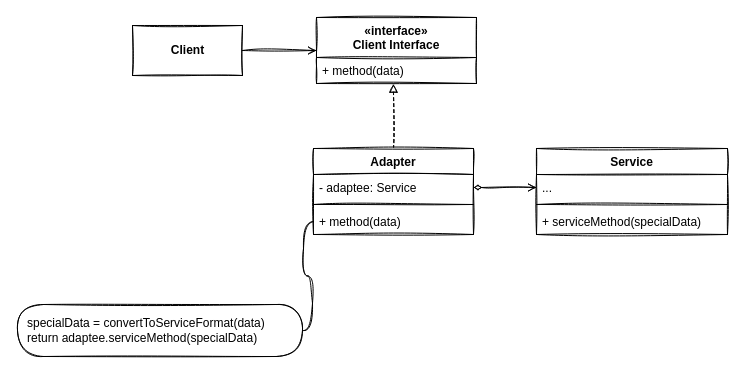
The draw.io diagram page "Standard" (1 of 2) of src/06-Adapter/UML.drawio in MangoPomelo/DesignPatternPractice, before the edit. Source tidied: cells renumbered, new cells numbered last; positions are measured from the earlier drawing's top-left corner, leaving out a move shared by most shapes. Both pictures are drawn from the tidied source at 100%, with x=0, y=0 at pixel (17, 17).
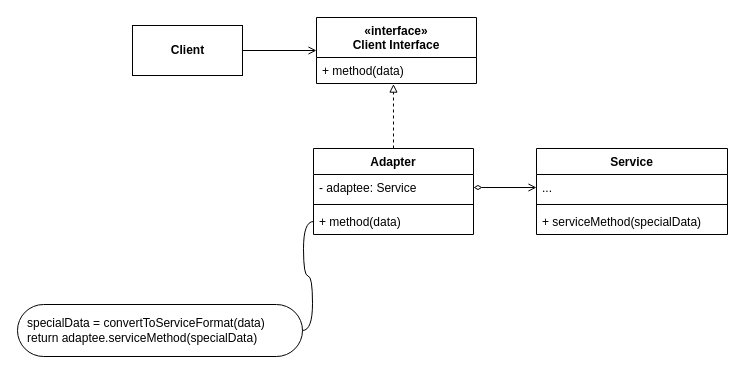
Above is the later version.

What changed in the source:
```diff
@@
 <mxGraphModel>
   <root>
     <mxCell id="0" />
     <mxCell id="1" parent="0" />
-    <mxCell id="2" style="edgeStyle=none;sketch=1;html=1;exitX=1;exitY=0.5;exitDx=0;exitDy=0;entryX=0;entryY=0.5;entryDx=0;entryDy=0;endArrow=open;endFill=0;" parent="1" edge="1" source="3" target="4">
+    <mxCell id="2" style="edgeStyle=none;html=1;exitX=1;exitY=0.5;exitDx=0;exitDy=0;entryX=0;entryY=0.5;entryDx=0;entryDy=0;endArrow=open;endFill=0;" parent="1" edge="1" source="3" target="4">
       <mxGeometry relative="1" as="geometry" />
     </mxCell>
-    <mxCell id="3" value="Client" style="html=1;sketch=1;fontStyle=1;" parent="1" vertex="1">
+    <mxCell id="3" value="Client" style="html=1;fontStyle=1;" parent="1" vertex="1">
       <mxGeometry x="115" y="8" width="110" height="50" as="geometry" />
     </mxCell>
-    <mxCell id="4" value="«interface»&#10;Client Interface" style="swimlane;fontStyle=1;align=center;verticalAlign=top;horizontal=1;startSize=40;sketch=1;" parent="1" vertex="1">
+    <mxCell id="4" value="«interface»&#10;Client Interface" style="swimlane;fontStyle=1;align=center;verticalAlign=top;horizontal=1;startSize=40;" parent="1" vertex="1">
       <mxGeometry x="299" width="160" height="66" as="geometry" />
     </mxCell>
-    <mxCell id="5" value="+ method(data)" style="text;strokeColor=none;fillColor=none;align=left;verticalAlign=top;spacingLeft=4;spacingRight=4;overflow=hidden;points=[[0,0.5],[1,0.5]];portConstraint=eastwest;sketch=1;" parent="4" vertex="1">
+    <mxCell id="5" value="+ method(data)" style="text;strokeColor=none;fillColor=none;align=left;verticalAlign=top;spacingLeft=4;spacingRight=4;overflow=hidden;points=[[0,0.5],[1,0.5]];portConstraint=eastwest;" parent="4" vertex="1">
       <mxGeometry y="40" width="160" height="26" as="geometry" />
     </mxCell>
-    <mxCell id="6" style="edgeStyle=none;sketch=1;html=1;exitX=0.5;exitY=0;exitDx=0;exitDy=0;entryX=0.481;entryY=1.022;entryDx=0;entryDy=0;entryPerimeter=0;endArrow=block;endFill=0;startArrow=none;startFill=0;dashed=1;" parent="1" edge="1" source="7" target="5">
+    <mxCell id="6" style="edgeStyle=none;html=1;exitX=0.5;exitY=0;exitDx=0;exitDy=0;entryX=0.481;entryY=1.022;entryDx=0;entryDy=0;entryPerimeter=0;endArrow=block;endFill=0;startArrow=none;startFill=0;dashed=1;" parent="1" edge="1" source="7" target="5">
       <mxGeometry relative="1" as="geometry" />
     </mxCell>
-    <mxCell id="7" value="Adapter" style="swimlane;fontStyle=1;align=center;verticalAlign=top;horizontal=1;startSize=26;sketch=1;" parent="1" vertex="1">
+    <mxCell id="7" value="Adapter" style="swimlane;fontStyle=1;align=center;verticalAlign=top;horizontal=1;startSize=26;" parent="1" vertex="1">
       <mxGeometry x="296" y="131" width="160" height="86" as="geometry" />
     </mxCell>
-    <mxCell id="8" value="- adaptee: Service" style="text;strokeColor=none;fillColor=none;align=left;verticalAlign=top;spacingLeft=4;spacingRight=4;overflow=hidden;points=[[0,0.5],[1,0.5]];portConstraint=eastwest;sketch=1;" parent="7" vertex="1">
+    <mxCell id="8" value="- adaptee: Service" style="text;strokeColor=none;fillColor=none;align=left;verticalAlign=top;spacingLeft=4;spacingRight=4;overflow=hidden;points=[[0,0.5],[1,0.5]];portConstraint=eastwest;" parent="7" vertex="1">
       <mxGeometry y="26" width="160" height="26" as="geometry" />
     </mxCell>
-    <mxCell id="9" style="line;strokeWidth=1;fillColor=none;align=left;verticalAlign=middle;spacingTop=-1;spacingLeft=3;spacingRight=3;labelPosition=right;sketch=1;" parent="7" vertex="1">
+    <mxCell id="9" style="line;strokeWidth=1;fillColor=none;align=left;verticalAlign=middle;spacingTop=-1;spacingLeft=3;spacingRight=3;labelPosition=right;" parent="7" vertex="1">
       <mxGeometry y="52" width="160" height="8" as="geometry" />
     </mxCell>
-    <mxCell id="10" value="+ method(data)" style="text;strokeColor=none;fillColor=none;align=left;verticalAlign=top;spacingLeft=4;spacingRight=4;overflow=hidden;points=[[0,0.5],[1,0.5]];portConstraint=eastwest;sketch=1;" parent="7" vertex="1">
+    <mxCell id="10" value="+ method(data)" style="text;strokeColor=none;fillColor=none;align=left;verticalAlign=top;spacingLeft=4;spacingRight=4;overflow=hidden;points=[[0,0.5],[1,0.5]];portConstraint=eastwest;" parent="7" vertex="1">
       <mxGeometry y="60" width="160" height="26" as="geometry" />
     </mxCell>
-    <mxCell id="11" value="Service" style="swimlane;fontStyle=1;align=center;verticalAlign=top;horizontal=1;startSize=26;sketch=1;" parent="1" vertex="1">
+    <mxCell id="11" value="Service" style="swimlane;fontStyle=1;align=center;verticalAlign=top;horizontal=1;startSize=26;" parent="1" vertex="1">
       <mxGeometry x="519" y="131" width="191" height="86" as="geometry" />
     </mxCell>
-    <mxCell id="12" value="..." style="text;strokeColor=none;fillColor=none;align=left;verticalAlign=top;spacingLeft=4;spacingRight=4;overflow=hidden;points=[[0,0.5],[1,0.5]];portConstraint=eastwest;sketch=1;" parent="11" vertex="1">
+    <mxCell id="12" value="..." style="text;strokeColor=none;fillColor=none;align=left;verticalAlign=top;spacingLeft=4;spacingRight=4;overflow=hidden;points=[[0,0.5],[1,0.5]];portConstraint=eastwest;" parent="11" vertex="1">
       <mxGeometry y="26" width="191" height="26" as="geometry" />
     </mxCell>
-    <mxCell id="13" style="line;strokeWidth=1;fillColor=none;align=left;verticalAlign=middle;spacingTop=-1;spacingLeft=3;spacingRight=3;labelPosition=right;sketch=1;" parent="11" vertex="1">
+    <mxCell id="13" style="line;strokeWidth=1;fillColor=none;align=left;verticalAlign=middle;spacingTop=-1;spacingLeft=3;spacingRight=3;labelPosition=right;" parent="11" vertex="1">
       <mxGeometry y="52" width="191" height="8" as="geometry" />
     </mxCell>
-    <mxCell id="14" value="+ serviceMethod(specialData)" style="text;strokeColor=none;fillColor=none;align=left;verticalAlign=top;spacingLeft=4;spacingRight=4;overflow=hidden;sketch=1;" parent="11" vertex="1">
+    <mxCell id="14" value="+ serviceMethod(specialData)" style="text;strokeColor=none;fillColor=none;align=left;verticalAlign=top;spacingLeft=4;spacingRight=4;overflow=hidden;" parent="11" vertex="1">
       <mxGeometry y="60" width="191" height="26" as="geometry" />
     </mxCell>
-    <mxCell id="15" style="edgeStyle=none;sketch=1;html=1;exitX=1;exitY=0.5;exitDx=0;exitDy=0;entryX=0;entryY=0.5;entryDx=0;entryDy=0;startArrow=diamondThin;startFill=0;endArrow=open;endFill=0;" parent="1" edge="1" source="8" target="12">
+    <mxCell id="15" style="edgeStyle=none;html=1;exitX=1;exitY=0.5;exitDx=0;exitDy=0;entryX=0;entryY=0.5;entryDx=0;entryDy=0;startArrow=diamondThin;startFill=0;endArrow=open;endFill=0;" parent="1" edge="1" source="8" target="12">
       <mxGeometry relative="1" as="geometry" />
     </mxCell>
-    <mxCell id="16" value="specialData = convertToServiceFormat(data)&lt;br&gt;return adaptee.serviceMethod(specialData)" style="whiteSpace=wrap;html=1;rounded=1;arcSize=50;align=left;verticalAlign=middle;strokeWidth=1;spacing=10;newEdgeStyle={&quot;edgeStyle&quot;:&quot;entityRelationEdgeStyle&quot;,&quot;startArrow&quot;:&quot;none&quot;,&quot;endArrow&quot;:&quot;none&quot;,&quot;segment&quot;:10,&quot;curved&quot;:1};sketch=1;" parent="1" vertex="1">
+    <mxCell id="16" value="specialData = convertToServiceFormat(data)&lt;br&gt;return adaptee.serviceMethod(specialData)" style="whiteSpace=wrap;html=1;rounded=1;arcSize=50;align=left;verticalAlign=middle;strokeWidth=1;spacing=10;newEdgeStyle={&quot;edgeStyle&quot;:&quot;entityRelationEdgeStyle&quot;,&quot;startArrow&quot;:&quot;none&quot;,&quot;endArrow&quot;:&quot;none&quot;,&quot;segment&quot;:10,&quot;curved&quot;:1};" parent="1" vertex="1">
       <mxGeometry y="287" width="285" height="52" as="geometry" />
     </mxCell>
-    <mxCell id="17" style="edgeStyle=entityRelationEdgeStyle;startArrow=none;endArrow=none;segment=10;curved=1;sketch=1;exitX=0;exitY=0.5;exitDx=0;exitDy=0;" parent="1" edge="1" source="10" target="16">
+    <mxCell id="17" style="edgeStyle=entityRelationEdgeStyle;startArrow=none;endArrow=none;segment=10;curved=1;exitX=0;exitY=0.5;exitDx=0;exitDy=0;" parent="1" edge="1" source="10" target="16">
       <mxGeometry relative="1" as="geometry" />
     </mxCell>
   </root>
 </mxGraphModel>
```
